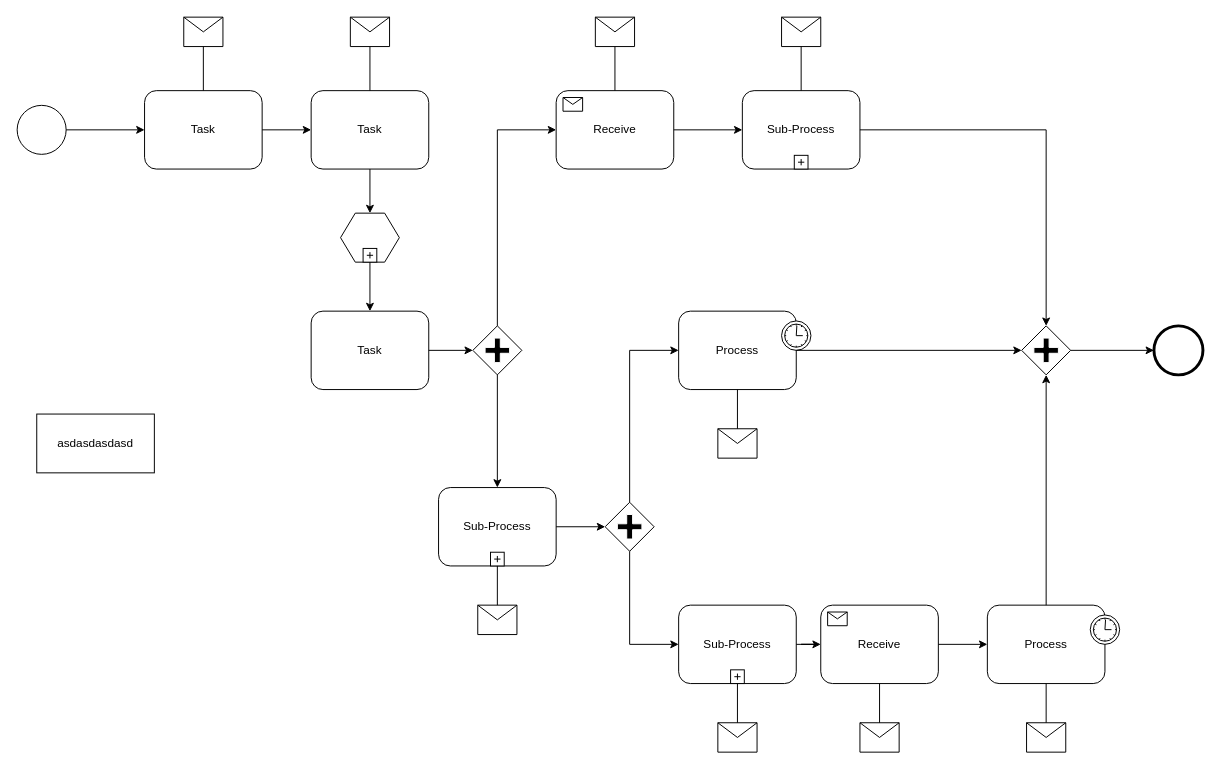
Earlier version of the draw.io diagram Diagrama sin título.drawio (412045-Carabelli/msi-bpmn-1). Source tidied: cells renumbered, new cells numbered last; positions are measured from the earlier drawing's top-left corner, leaving out a move shared by most shapes. Both pictures are drawn from the tidied source at 98%, with x=0, y=0 at pixel (17, 17).
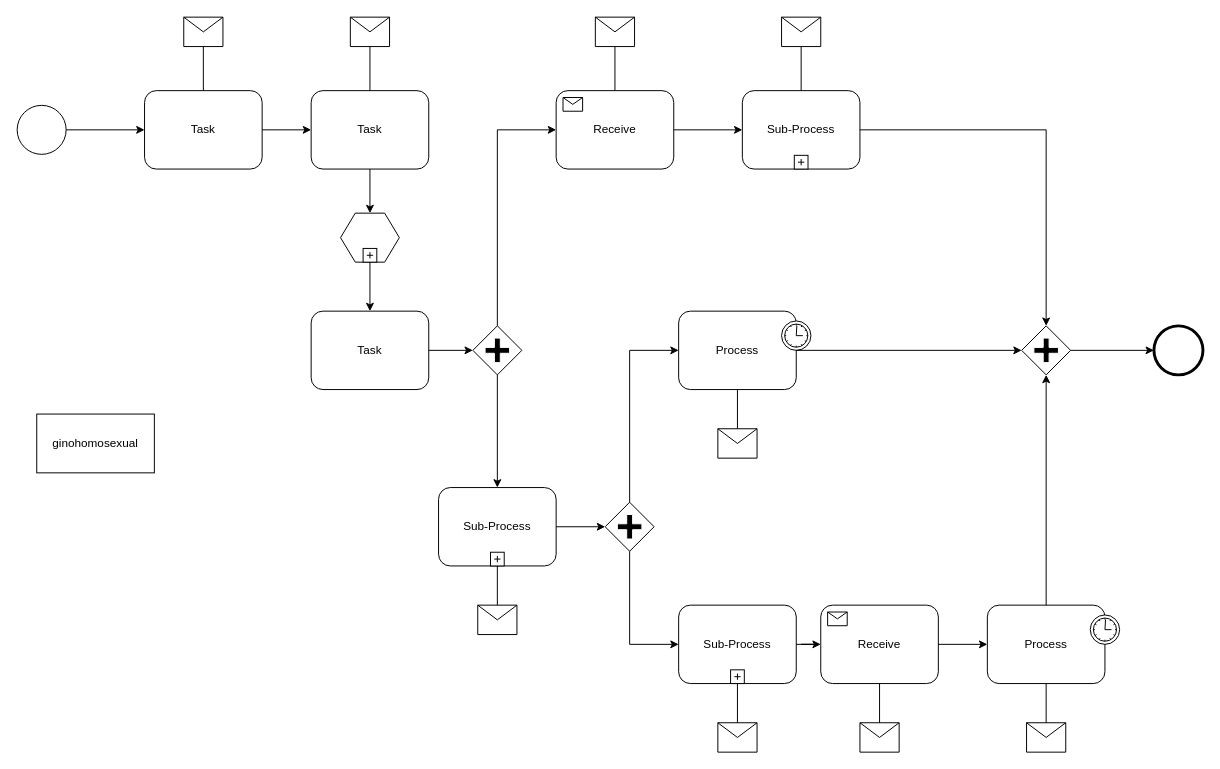
Above is the later version.

Change to the diagram source:
```diff
@@
-    <mxCell id="61" value="asdasdasdasd" style="rounded=0;whiteSpace=wrap;html=1;" parent="1" vertex="1">
+    <mxCell id="61" value="ginohomosexual" style="rounded=0;whiteSpace=wrap;html=1;" parent="1" vertex="1">
       <mxGeometry x="20" y="405" width="120" height="60" as="geometry" />
     </mxCell>
```
